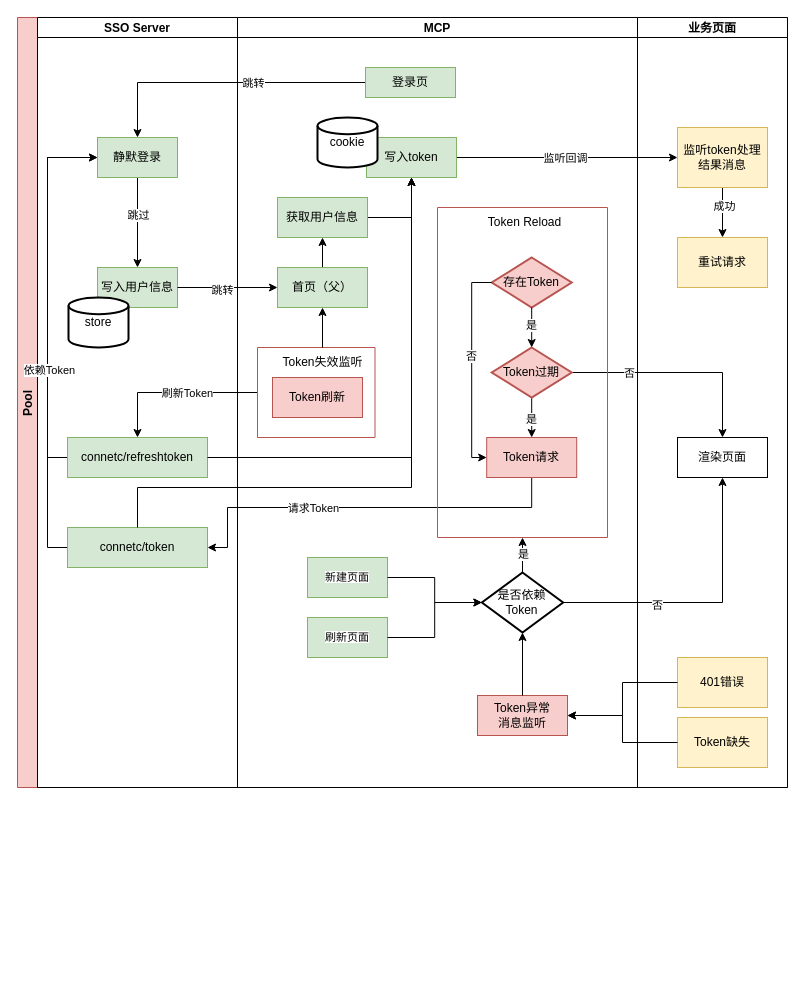
Before: oidc访问令牌流程.drawio in stonefromsky/workflowchart, a draw.io diagram. Source tidied: cells renumbered, new cells numbered last; positions are measured from the earlier drawing's top-left corner, leaving out a move shared by most shapes. Both pictures are drawn from the tidied source at 100%, with x=0, y=0 at pixel (17, 17).
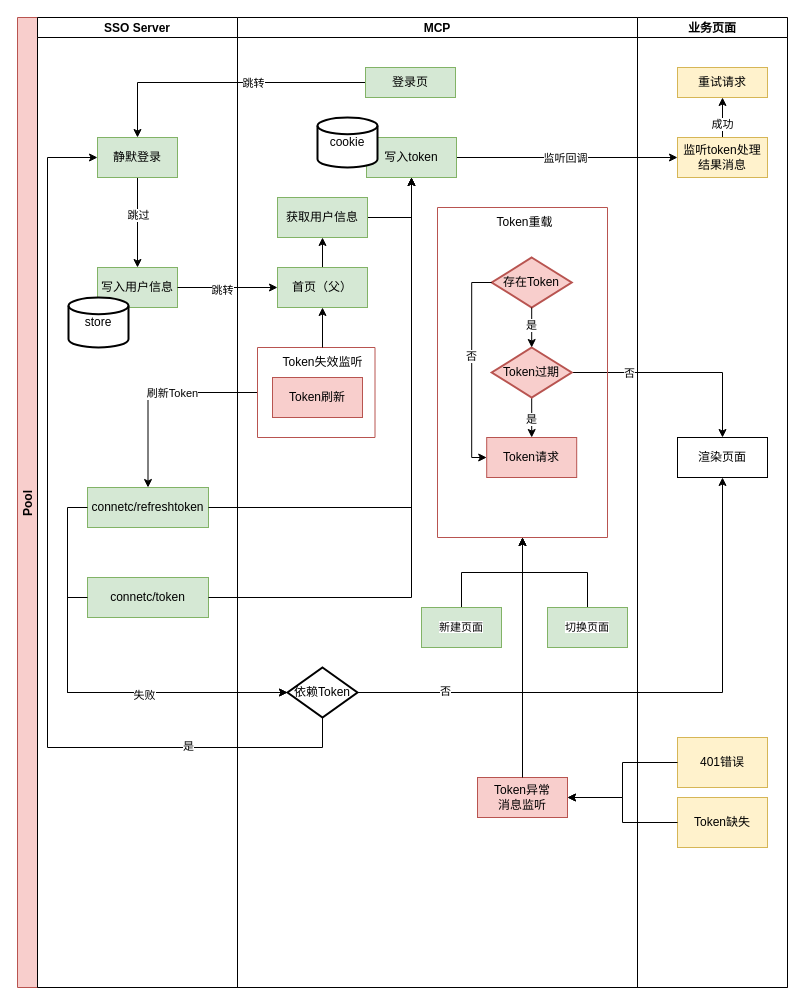
The same diagram, later.

Commit message (it also covers changes not shown here):
更新oidc访问令牌流程.drawio

The change refers to these unchanged cells:
```xml
<mxCell id="6" value="静默登录" style="rounded=0;whiteSpace=wrap;html=1;fillColor=#d5e8d4;strokeColor=#82b366;" parent="3" vertex="1">
  <mxGeometry x="60" y="120" width="80" height="40" as="geometry" />
</mxCell>
<mxCell id="35" value="写入token" style="rounded=0;whiteSpace=wrap;html=1;fillColor=#d5e8d4;strokeColor=#82b366;" parent="30" vertex="1">
  <mxGeometry x="129" y="120" width="90" height="40" as="geometry" />
</mxCell>
<mxCell id="43" style="swimlane;startSize=0;fillColor=#f8cecc;strokeColor=#b85450;" parent="30" vertex="1">
  <mxGeometry x="200" y="190" width="170" height="330" as="geometry" />
</mxCell>
<mxCell id="45" value="Token请求" style="rounded=0;whiteSpace=wrap;html=1;fillColor=#f8cecc;strokeColor=#b85450;" parent="43" vertex="1">
  <mxGeometry x="49.2" y="230" width="90" height="40" as="geometry" />
</mxCell>
<mxCell id="63" value="渲染页面" style="rounded=0;whiteSpace=wrap;html=1;" parent="62" vertex="1">
  <mxGeometry x="40" y="420" width="90" height="40" as="geometry" />
</mxCell>
```

Change to the diagram source:
```diff
@@
     <mxCell id="2" value="Pool" style="swimlane;startSize=20;horizontal=0;fillColor=#f8cecc;strokeColor=#b85450;" parent="1" vertex="1">
-      <mxGeometry width="770" height="770" as="geometry" />
+      <mxGeometry width="770" height="970" as="geometry" />
     </mxCell>
     <mxCell id="3" value="SSO Server" style="swimlane;startSize=20;" parent="2" vertex="1">
-      <mxGeometry x="20" width="200" height="770" as="geometry" />
+      <mxGeometry x="20" width="200" height="970" as="geometry" />
     </mxCell>
@@
-    <mxCell id="9" style="edgeStyle=orthogonalEdgeStyle;rounded=0;jettySize=auto;html=1;entryX=0;entryY=0.5;entryDx=0;entryDy=0;" parent="3" edge="1" source="10" target="6">
-      <mxGeometry relative="1" as="geometry">
-        <Array as="points">
-          <mxPoint x="10" y="440" />
-          <mxPoint x="10" y="140" />
-        </Array>
-      </mxGeometry>
-    </mxCell>
     <mxCell id="10" value="connetc/refreshtoken" style="rounded=0;whiteSpace=wrap;html=1;fillColor=#d5e8d4;strokeColor=#82b366;" parent="3" vertex="1">
-      <mxGeometry x="30" y="420" width="140" height="40" as="geometry" />
+      <mxGeometry x="50" y="470" width="121" height="40" as="geometry" />
     </mxCell>
-    <mxCell id="11" style="edgeStyle=orthogonalEdgeStyle;rounded=0;jettySize=auto;html=1;entryX=0;entryY=0.5;entryDx=0;entryDy=0;" parent="3" edge="1" source="13" target="6">
-      <mxGeometry relative="1" as="geometry">
-        <Array as="points">
-          <mxPoint x="10" y="530" />
-          <mxPoint x="10" y="140" />
-        </Array>
-      </mxGeometry>
-    </mxCell>
-    <mxCell id="12" value="依赖Token" style="edgeLabel;html=1;align=center;verticalAlign=middle;points=[];" parent="11" vertex="1">
-      <mxGeometry x="-0.14" y="-1" relative="1" as="geometry" />
-    </mxCell>
     <mxCell id="13" value="connetc/token" style="rounded=0;whiteSpace=wrap;html=1;fillColor=#d5e8d4;strokeColor=#82b366;" parent="3" vertex="1">
-      <mxGeometry x="30" y="510" width="140" height="40" as="geometry" />
+      <mxGeometry x="50" y="560" width="121" height="40" as="geometry" />
     </mxCell>
@@
-    <mxCell id="21" style="edgeStyle=orthogonalEdgeStyle;rounded=0;jettySize=auto;html=1;entryX=0.5;entryY=1;entryDx=0;entryDy=0;" parent="2" edge="1" source="56" target="63">
-      <mxGeometry relative="1" as="geometry">
-        <Array as="points">
-          <mxPoint x="705" y="585" />
-        </Array>
-      </mxGeometry>
-    </mxCell>
-    <mxCell id="22" value="否" style="edgeLabel;html=1;align=center;verticalAlign=middle;" parent="21" vertex="1">
-      <mxGeometry x="-0.34" y="-2" relative="1" as="geometry" />
-    </mxCell>
@@
-    <mxCell id="25" style="edgeStyle=orthogonalEdgeStyle;rounded=0;jettySize=auto;html=1;entryX=1;entryY=0.5;entryDx=0;entryDy=0;exitX=0.5;exitY=1;exitDx=0;exitDy=0;" parent="2" edge="1" source="45" target="13">
-      <mxGeometry relative="1" as="geometry">
-        <Array as="points">
-          <mxPoint x="514" y="490" />
-          <mxPoint x="210" y="490" />
-          <mxPoint x="210" y="530" />
-        </Array>
-      </mxGeometry>
-    </mxCell>
-    <mxCell id="26" value="请求Token" style="edgeLabel;html=1;align=center;verticalAlign=middle;" parent="25" vertex="1">
-      <mxGeometry x="0.35" relative="1" as="geometry">
-        <mxPoint x="17" as="offset" />
-      </mxGeometry>
-    </mxCell>
-    <mxCell id="27" style="edgeStyle=orthogonalEdgeStyle;rounded=0;jettySize=auto;html=1;exitX=0.5;exitY=0;exitDx=0;exitDy=0;entryX=0.5;entryY=1;entryDx=0;entryDy=0;" parent="2" edge="1" source="13" target="35">
+    <mxCell id="27" style="edgeStyle=orthogonalEdgeStyle;rounded=0;jettySize=auto;html=1;exitX=1;exitY=0.5;exitDx=0;exitDy=0;entryX=0.5;entryY=1;entryDx=0;entryDy=0;" parent="2" edge="1" source="13" target="35">
       <mxGeometry relative="1" as="geometry">
         <Array as="points">
-          <mxPoint x="120" y="470" />
-          <mxPoint x="394" y="470" />
+          <mxPoint x="394" y="580" />
         </Array>
       </mxGeometry>
     </mxCell>
@@
     <mxCell id="30" value="MCP" style="swimlane;startSize=20;" parent="2" vertex="1">
-      <mxGeometry x="220" width="400" height="770" as="geometry" />
+      <mxGeometry x="220" width="400" height="970" as="geometry" />
     </mxCell>
@@
+    <mxCell id="72" style="edgeStyle=orthogonalEdgeStyle;rounded=0;jettySize=auto;html=1;entryX=0.5;entryY=1;entryDx=0;entryDy=0;" parent="30" edge="1" source="34" target="43">
+      <mxGeometry relative="1" as="geometry" />
+    </mxCell>
     <mxCell id="34" value="&lt;span style=&quot;font-size: 11px; text-wrap-mode: nowrap; background-color: rgb(255, 255, 255);&quot;&gt;新建页面&lt;/span&gt;" style="rounded=0;whiteSpace=wrap;html=1;fillColor=#d5e8d4;strokeColor=#82b366;" parent="30" vertex="1">
-      <mxGeometry x="70" y="540" width="80" height="40" as="geometry" />
+      <mxGeometry x="184" y="590" width="80" height="40" as="geometry" />
     </mxCell>
@@
-    <mxCell id="44" value="Token Reload" style="text;html=1;align=center;verticalAlign=middle;strokeColor=none;fillColor=none;" parent="43" vertex="1">
-      <mxGeometry x="36.8" width="100" height="30" as="geometry" />
+    <mxCell id="44" value="Token重载" style="text;html=1;align=center;verticalAlign=middle;strokeColor=none;fillColor=none;" parent="43" vertex="1">
+      <mxGeometry x="46.8" width="80" height="30" as="geometry" />
     </mxCell>
@@
-    <mxCell id="54" style="edgeStyle=orthogonalEdgeStyle;rounded=0;jettySize=auto;html=1;entryX=0.5;entryY=1;entryDx=0;entryDy=0;" parent="30" edge="1" source="56" target="43">
-      <mxGeometry relative="1" as="geometry" />
-    </mxCell>
-    <mxCell id="55" value="是" style="edgeLabel;html=1;align=center;verticalAlign=middle;" parent="54" vertex="1">
-      <mxGeometry x="-0.05" relative="1" as="geometry" />
-    </mxCell>
-    <mxCell id="56" value="是否依赖Token" style="strokeWidth=2;html=1;shape=mxgraph.flowchart.decision;whiteSpace=wrap;" parent="30" vertex="1">
-      <mxGeometry x="244.4" y="555" width="81.2" height="60" as="geometry" />
-    </mxCell>
-    <mxCell id="57" style="edgeStyle=orthogonalEdgeStyle;rounded=0;jettySize=auto;html=1;entryX=0;entryY=0.5;entryDx=0;entryDy=0;entryPerimeter=0;" parent="30" edge="1" source="34" target="56">
-      <mxGeometry relative="1" as="geometry" />
-    </mxCell>
+    <mxCell id="73" style="edgeStyle=orthogonalEdgeStyle;rounded=0;jettySize=auto;html=1;entryX=0.5;entryY=1;entryDx=0;entryDy=0;" parent="30" edge="1" source="60" target="43">
+      <mxGeometry relative="1" as="geometry" />
+    </mxCell>
+    <mxCell id="60" value="&lt;span style=&quot;font-size: 11px; text-wrap-mode: nowrap; background-color: rgb(255, 255, 255);&quot;&gt;切换页面&lt;/span&gt;" style="rounded=0;whiteSpace=wrap;html=1;fillColor=#d5e8d4;strokeColor=#82b366;" parent="30" vertex="1">
+      <mxGeometry x="310" y="590" width="80" height="40" as="geometry" />
+    </mxCell>
+    <mxCell id="12" value="依赖Token" style="strokeWidth=2;html=1;shape=mxgraph.flowchart.decision;whiteSpace=wrap;" parent="30" vertex="1">
+      <mxGeometry x="50" y="650" width="70" height="50" as="geometry" />
+    </mxCell>
     <mxCell id="58" value="Token异常&lt;div&gt;消息监听&lt;/div&gt;" style="rounded=0;whiteSpace=wrap;html=1;fillColor=#f8cecc;strokeColor=#b85450;" parent="30" vertex="1">
-      <mxGeometry x="240" y="678" width="90" height="40" as="geometry" />
+      <mxGeometry x="240" y="760" width="90" height="40" as="geometry" />
     </mxCell>
-    <mxCell id="59" style="edgeStyle=orthogonalEdgeStyle;rounded=0;jettySize=auto;html=1;entryX=0.5;entryY=1;entryDx=0;entryDy=0;entryPerimeter=0;" parent="30" edge="1" source="58" target="56">
-      <mxGeometry relative="1" as="geometry" />
-    </mxCell>
-    <mxCell id="60" value="&lt;span style=&quot;font-size: 11px; text-wrap-mode: nowrap; background-color: rgb(255, 255, 255);&quot;&gt;刷新页面&lt;/span&gt;" style="rounded=0;whiteSpace=wrap;html=1;fillColor=#d5e8d4;strokeColor=#82b366;" parent="30" vertex="1">
-      <mxGeometry x="70" y="600" width="80" height="40" as="geometry" />
-    </mxCell>
-    <mxCell id="61" style="edgeStyle=orthogonalEdgeStyle;rounded=0;jettySize=auto;html=1;entryX=0;entryY=0.5;entryDx=0;entryDy=0;entryPerimeter=0;" parent="30" edge="1" source="60" target="56">
-      <mxGeometry relative="1" as="geometry" />
-    </mxCell>
+    <mxCell id="74" style="edgeStyle=orthogonalEdgeStyle;rounded=0;jettySize=auto;html=1;entryX=0.5;entryY=1;entryDx=0;entryDy=0;" parent="30" edge="1" source="58" target="43">
+      <mxGeometry relative="1" as="geometry" />
+    </mxCell>
     <mxCell id="62" value="业务页面" style="swimlane;startSize=20;" parent="2" vertex="1">
-      <mxGeometry x="620" width="150" height="770" as="geometry" />
+      <mxGeometry x="620" width="150" height="970" as="geometry" />
     </mxCell>
@@
-    <mxCell id="64" value="401错误" style="rounded=0;whiteSpace=wrap;html=1;fillColor=#fff2cc;strokeColor=#d6b656;" parent="62" vertex="1">
-      <mxGeometry x="40" y="640" width="90" height="50" as="geometry" />
-    </mxCell>
-    <mxCell id="65" style="edgeStyle=orthogonalEdgeStyle;rounded=0;jettySize=auto;html=1;entryX=0.5;entryY=0;entryDx=0;entryDy=0;exitX=0.5;exitY=1;exitDx=0;exitDy=0;" parent="62" edge="1" source="67" target="68">
+    <mxCell id="65" style="edgeStyle=orthogonalEdgeStyle;rounded=0;jettySize=auto;html=1;entryX=0.5;entryY=1;entryDx=0;entryDy=0;exitX=0.5;exitY=0;exitDx=0;exitDy=0;" parent="62" edge="1" source="67" target="68">
       <mxGeometry relative="1" as="geometry" />
     </mxCell>
@@
     <mxCell id="67" value="监听token处理结果消息" style="rounded=0;whiteSpace=wrap;html=1;fillColor=#fff2cc;strokeColor=#d6b656;" parent="62" vertex="1">
-      <mxGeometry x="40" y="110" width="90" height="60" as="geometry" />
+      <mxGeometry x="40" y="120" width="90" height="40" as="geometry" />
     </mxCell>
     <mxCell id="68" value="重试请求" style="rounded=0;whiteSpace=wrap;html=1;fillColor=#fff2cc;strokeColor=#d6b656;" parent="62" vertex="1">
-      <mxGeometry x="40" y="220" width="90" height="50" as="geometry" />
+      <mxGeometry x="40" y="50" width="90" height="30" as="geometry" />
     </mxCell>
+    <mxCell id="64" value="401错误" style="rounded=0;whiteSpace=wrap;html=1;fillColor=#fff2cc;strokeColor=#d6b656;" parent="62" vertex="1">
+      <mxGeometry x="40" y="720" width="90" height="50" as="geometry" />
+    </mxCell>
     <mxCell id="69" value="Token缺失" style="rounded=0;whiteSpace=wrap;html=1;fillColor=#fff2cc;strokeColor=#d6b656;" parent="62" vertex="1">
-      <mxGeometry x="40" y="700" width="90" height="50" as="geometry" />
+      <mxGeometry x="40" y="780" width="90" height="50" as="geometry" />
     </mxCell>
+    <mxCell id="75" style="edgeStyle=orthogonalEdgeStyle;rounded=0;jettySize=auto;html=1;entryX=0;entryY=0.5;entryDx=0;entryDy=0;entryPerimeter=0;" parent="2" edge="1" source="10" target="12">
+      <mxGeometry relative="1" as="geometry">
+        <Array as="points">
+          <mxPoint x="50" y="490" />
+          <mxPoint x="50" y="675" />
+        </Array>
+      </mxGeometry>
+    </mxCell>
+    <mxCell id="76" style="edgeStyle=orthogonalEdgeStyle;rounded=0;jettySize=auto;html=1;entryX=0;entryY=0.5;entryDx=0;entryDy=0;entryPerimeter=0;" parent="2" edge="1" source="13" target="12">
+      <mxGeometry relative="1" as="geometry">
+        <Array as="points">
+          <mxPoint x="50" y="580" />
+          <mxPoint x="50" y="675" />
+        </Array>
+      </mxGeometry>
+    </mxCell>
+    <mxCell id="77" value="失败" style="edgeLabel;html=1;align=center;verticalAlign=middle;" parent="76" vertex="1">
+      <mxGeometry x="0.14" y="-2" relative="1" as="geometry" />
+    </mxCell>
+    <mxCell id="78" style="edgeStyle=orthogonalEdgeStyle;rounded=0;jettySize=auto;html=1;entryX=0;entryY=0.5;entryDx=0;entryDy=0;exitX=0.5;exitY=1;exitDx=0;exitDy=0;exitPerimeter=0;" parent="2" edge="1" source="12" target="6">
+      <mxGeometry relative="1" as="geometry">
+        <Array as="points">
+          <mxPoint x="305" y="730" />
+          <mxPoint x="30" y="730" />
+          <mxPoint x="30" y="140" />
+        </Array>
+      </mxGeometry>
+    </mxCell>
+    <mxCell id="55" value="是" style="edgeLabel;html=1;align=center;verticalAlign=middle;" parent="78" vertex="1">
+      <mxGeometry x="-0.65" y="-2" relative="1" as="geometry" />
+    </mxCell>
@@
+    <mxCell id="79" style="edgeStyle=orthogonalEdgeStyle;rounded=0;jettySize=auto;html=1;entryX=0.5;entryY=1;entryDx=0;entryDy=0;" parent="2" edge="1" source="12" target="63">
+      <mxGeometry relative="1" as="geometry" />
+    </mxCell>
+    <mxCell id="22" value="否" style="edgeLabel;html=1;align=center;verticalAlign=middle;" parent="79" vertex="1">
+      <mxGeometry x="-0.7" y="2" relative="1" as="geometry" />
+    </mxCell>
```
